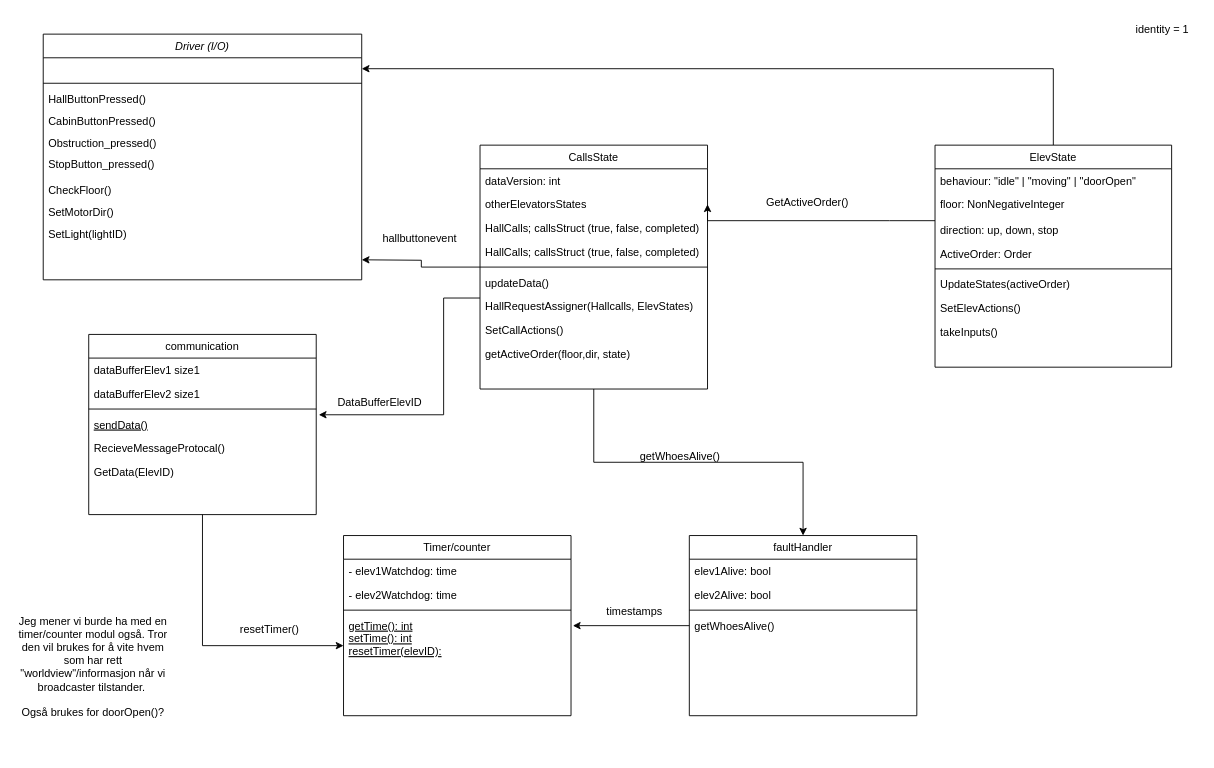
Above: Diagrammer/gustavs_klassediagram.drawio in MathiasSagerup/Sanntid (draw.io), before the change. Source tidied: cells renumbered, new cells numbered last; positions are measured from the earlier drawing's top-left corner, leaving out a move shared by most shapes. Both pictures are drawn from the tidied source at 91%, with x=0, y=0 at pixel (15, 15).
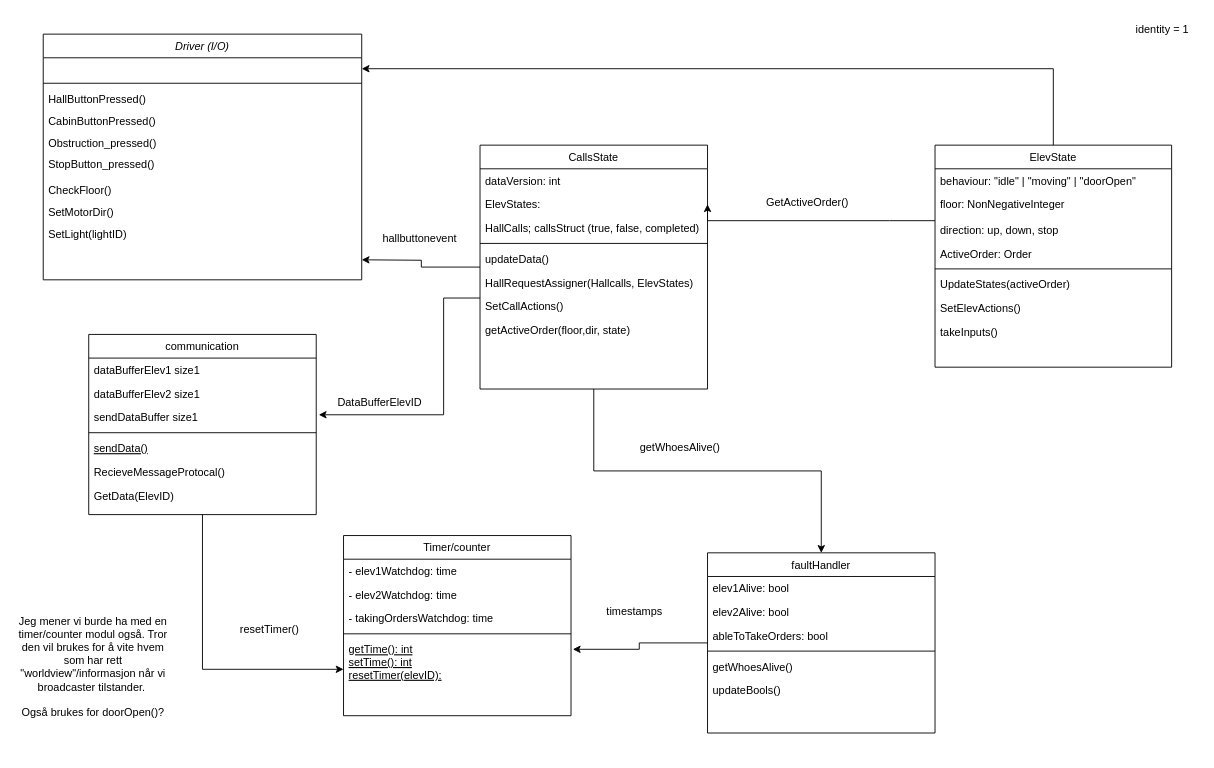
The same page after the edit.

Unchanged cells that the change refers to:
```xml
<mxCell id="23" value="communication" style="swimlane;fontStyle=0;align=center;verticalAlign=top;horizontal=1;startSize=26;rounded=0;shadow=0;strokeWidth=1;" parent="1" vertex="1">
  <mxGeometry x="80" y="350" width="250" height="198" as="geometry" />
</mxCell>
<mxCell id="32" value="CallsState" style="swimlane;fontStyle=0;align=center;verticalAlign=top;horizontal=1;startSize=26;rounded=0;shadow=0;strokeWidth=1;" parent="1" vertex="1">
  <mxGeometry x="510" y="142" width="250" height="268" as="geometry" />
</mxCell>
<mxCell id="49" value="Timer/counter" style="swimlane;fontStyle=0;align=center;verticalAlign=top;horizontal=1;startSize=26;rounded=0;shadow=0;strokeWidth=1;" parent="1" vertex="1">
  <mxGeometry x="360" y="571" width="250" height="198" as="geometry" />
</mxCell>
```

Change to the diagram source:
```diff
@@
+    <mxCell id="63" value="sendDataBuffer size1" style="text;align=left;verticalAlign=top;spacingLeft=4;spacingRight=4;overflow=hidden;rounded=0;shadow=0;html=0;" parent="23" vertex="1">
+      <mxGeometry y="78" width="250" height="26" as="geometry" />
+    </mxCell>
     <mxCell id="26" style="line;html=1;strokeWidth=1;align=left;verticalAlign=middle;spacingTop=-1;spacingLeft=3;spacingRight=3;labelPosition=right;" parent="23" vertex="1">
-      <mxGeometry y="78" width="250" height="8" as="geometry" />
+      <mxGeometry y="104" width="250" height="8" as="geometry" />
     </mxCell>
     <mxCell id="27" value="sendData()" style="text;align=left;verticalAlign=top;spacingLeft=4;spacingRight=4;overflow=hidden;fontStyle=4;" parent="23" vertex="1">
-      <mxGeometry y="86" width="250" height="26" as="geometry" />
+      <mxGeometry y="112" width="250" height="26" as="geometry" />
     </mxCell>
     <mxCell id="28" value="RecieveMessageProtocal()" style="text;align=left;verticalAlign=top;spacingLeft=4;spacingRight=4;overflow=hidden;" parent="23" vertex="1">
-      <mxGeometry y="112" width="250" height="26" as="geometry" />
+      <mxGeometry y="138" width="250" height="26" as="geometry" />
     </mxCell>
     <mxCell id="29" value="GetData(ElevID)" style="text;align=left;verticalAlign=top;spacingLeft=4;spacingRight=4;overflow=hidden;" parent="23" vertex="1">
-      <mxGeometry y="138" width="250" height="26" as="geometry" />
+      <mxGeometry y="164" width="250" height="26" as="geometry" />
     </mxCell>
@@
-    <mxCell id="34" value="otherElevatorsStates" style="text;align=left;verticalAlign=top;spacingLeft=4;spacingRight=4;overflow=hidden;points=[[0,0.5],[1,0.5]];portConstraint=eastwest;rounded=0;shadow=0;html=0;" parent="32" vertex="1">
+    <mxCell id="34" value="ElevStates:" style="text;align=left;verticalAlign=top;spacingLeft=4;spacingRight=4;overflow=hidden;points=[[0,0.5],[1,0.5]];portConstraint=eastwest;rounded=0;shadow=0;html=0;" parent="32" vertex="1">
       <mxGeometry y="52" width="250" height="26" as="geometry" />
     </mxCell>
@@
-    <mxCell id="36" value="HallCalls; callsStruct (true, false, completed)" style="text;align=left;verticalAlign=top;spacingLeft=4;spacingRight=4;overflow=hidden;rounded=0;shadow=0;html=0;" parent="32" vertex="1">
-      <mxGeometry y="104" width="250" height="26" as="geometry" />
-    </mxCell>
     <mxCell id="37" style="line;html=1;strokeWidth=1;align=left;verticalAlign=middle;spacingTop=-1;spacingLeft=3;spacingRight=3;labelPosition=right;" parent="32" vertex="1">
-      <mxGeometry y="130" width="250" height="8" as="geometry" />
+      <mxGeometry y="104" width="250" height="8" as="geometry" />
     </mxCell>
     <mxCell id="38" value="updateData()" style="text;align=left;verticalAlign=top;spacingLeft=4;spacingRight=4;overflow=hidden;" parent="32" vertex="1">
-      <mxGeometry y="138" width="250" height="26" as="geometry" />
+      <mxGeometry y="112" width="250" height="26" as="geometry" />
     </mxCell>
     <mxCell id="39" value="HallRequestAssigner(Hallcalls, ElevStates)" style="text;align=left;verticalAlign=top;spacingLeft=4;spacingRight=4;overflow=hidden;" parent="32" vertex="1">
-      <mxGeometry y="164" width="250" height="26" as="geometry" />
+      <mxGeometry y="138" width="250" height="26" as="geometry" />
     </mxCell>
     <mxCell id="40" value="SetCallActions()" style="text;align=left;verticalAlign=top;spacingLeft=4;spacingRight=4;overflow=hidden;" parent="32" vertex="1">
-      <mxGeometry y="190" width="250" height="26" as="geometry" />
+      <mxGeometry y="164" width="250" height="26" as="geometry" />
     </mxCell>
     <mxCell id="41" value="getActiveOrder(floor,dir, state)" style="text;align=left;verticalAlign=top;spacingLeft=4;spacingRight=4;overflow=hidden;" parent="32" vertex="1">
-      <mxGeometry y="216" width="250" height="26" as="geometry" />
+      <mxGeometry y="190" width="250" height="26" as="geometry" />
     </mxCell>
@@
     <mxCell id="43" value="faultHandler" style="swimlane;fontStyle=0;align=center;verticalAlign=top;horizontal=1;startSize=26;rounded=0;shadow=0;strokeWidth=1;" parent="1" vertex="1">
-      <mxGeometry x="740" y="571" width="250" height="198" as="geometry" />
+      <mxGeometry x="760" y="590" width="250" height="198" as="geometry" />
     </mxCell>
@@
+    <mxCell id="64" value="ableToTakeOrders: bool" style="text;align=left;verticalAlign=top;spacingLeft=4;spacingRight=4;overflow=hidden;rounded=0;shadow=0;html=0;" parent="43" vertex="1">
+      <mxGeometry y="78" width="250" height="26" as="geometry" />
+    </mxCell>
     <mxCell id="46" style="line;html=1;strokeWidth=1;align=left;verticalAlign=middle;spacingTop=-1;spacingLeft=3;spacingRight=3;labelPosition=right;" parent="43" vertex="1">
-      <mxGeometry y="78" width="250" height="8" as="geometry" />
+      <mxGeometry y="104" width="250" height="8" as="geometry" />
     </mxCell>
     <mxCell id="47" value="getWhoesAlive()" style="text;align=left;verticalAlign=top;spacingLeft=4;spacingRight=4;overflow=hidden;" parent="43" vertex="1">
-      <mxGeometry y="86" width="250" height="26" as="geometry" />
+      <mxGeometry y="112" width="250" height="26" as="geometry" />
     </mxCell>
+    <mxCell id="65" value="updateBools()" style="text;align=left;verticalAlign=top;spacingLeft=4;spacingRight=4;overflow=hidden;" parent="43" vertex="1">
+      <mxGeometry y="138" width="250" height="26" as="geometry" />
+    </mxCell>
@@
+    <mxCell id="66" value="- takingOrdersWatchdog: time" style="text;align=left;verticalAlign=top;spacingLeft=4;spacingRight=4;overflow=hidden;rounded=0;shadow=0;html=0;" parent="49" vertex="1">
+      <mxGeometry y="78" width="250" height="26" as="geometry" />
+    </mxCell>
     <mxCell id="52" style="line;html=1;strokeWidth=1;align=left;verticalAlign=middle;spacingTop=-1;spacingLeft=3;spacingRight=3;labelPosition=right;" parent="49" vertex="1">
-      <mxGeometry y="78" width="250" height="8" as="geometry" />
+      <mxGeometry y="104" width="250" height="8" as="geometry" />
     </mxCell>
     <mxCell id="53" value="getTime(): int&#10;setTime(): int&#10;resetTimer(elevID):" style="text;align=left;verticalAlign=top;spacingLeft=4;spacingRight=4;overflow=hidden;points=[[0,0.5],[1,0.5]];portConstraint=eastwest;fontStyle=4;" parent="49" vertex="1">
-      <mxGeometry y="86" width="250" height="70" as="geometry" />
+      <mxGeometry y="112" width="250" height="70" as="geometry" />
     </mxCell>
@@
     <mxCell id="58" value="getWhoesAlive()" style="text;html=1;whiteSpace=wrap;strokeColor=none;fillColor=none;align=center;verticalAlign=middle;rounded=0;" parent="1" vertex="1">
-      <mxGeometry x="700" y="470" width="60" height="30" as="geometry" />
+      <mxGeometry x="700" y="460" width="60" height="30" as="geometry" />
     </mxCell>
```
